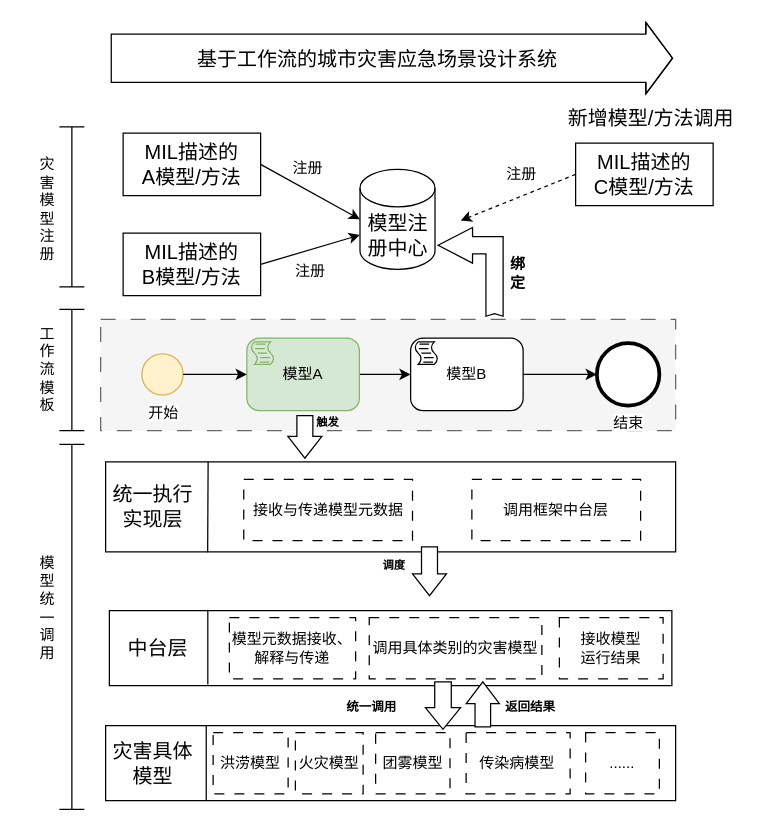
liujing-maker/IDEA keeps this draw.io diagram as page "第 6 页" (6 of 6) of 模型接口语言注册.drawio. Above is the earlier version. Source tidied: cells renumbered, new cells numbered last; positions are measured from the earlier drawing's top-left corner, leaving out a move shared by most shapes. Both pictures are drawn from the tidied source at 125%, with x=0, y=0 at pixel (21, 58).
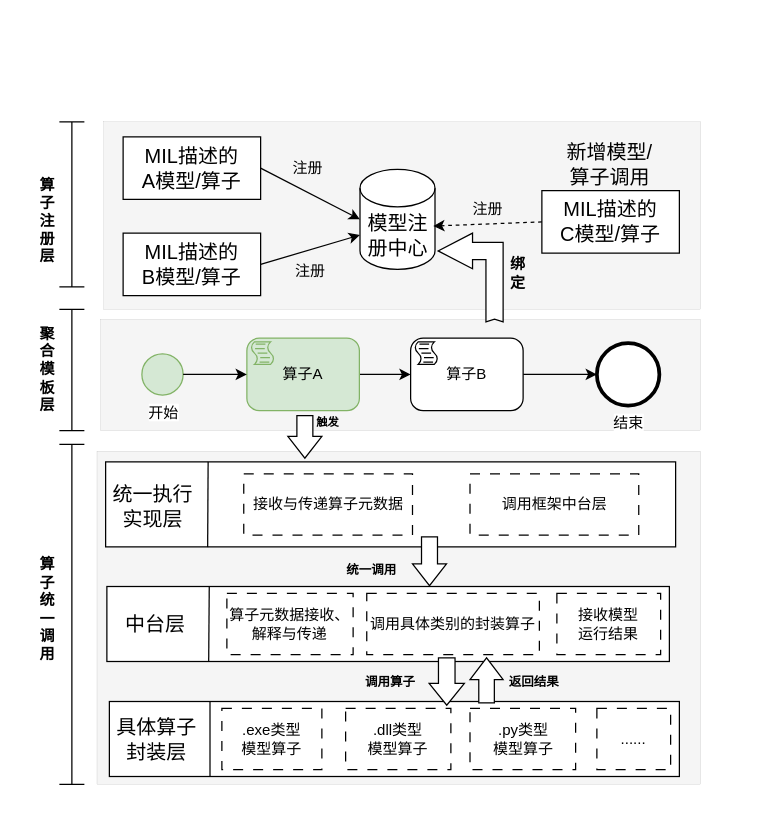
Above is the later version.

The change refers to these unchanged cells:
```xml
<mxCell id="4" value="&lt;font style=&quot;font-size: 16px;&quot;&gt;模型注册中心&lt;/font&gt;" style="shape=cylinder3;whiteSpace=wrap;html=1;boundedLbl=1;backgroundOutline=1;size=15;" parent="1" vertex="1">
  <mxGeometry x="270.5" y="89" width="60" height="80" as="geometry" />
</mxCell>
```

Diff of the diagram source:
```diff
@@
+    <mxCell id="58" style="rounded=0;whiteSpace=wrap;html=1;dashed=1;dashPattern=12 12;fillColor=#f5f5f5;fontColor=#333333;strokeColor=#666666;strokeWidth=0;" parent="1" vertex="1">
+      <mxGeometry x="65.5" y="51" width="477.5" height="150" as="geometry" />
+    </mxCell>
+    <mxCell id="59" style="rounded=0;whiteSpace=wrap;html=1;dashed=1;dashPattern=12 12;fillColor=#f5f5f5;fontColor=#333333;strokeColor=#666666;strokeWidth=0;" parent="1" vertex="1">
+      <mxGeometry x="60.1" y="314.5" width="482.9" height="266.5" as="geometry" />
+    </mxCell>
-    <mxCell id="2" style="rounded=0;whiteSpace=wrap;html=1;dashed=1;dashPattern=12 12;fillColor=#f5f5f5;fontColor=#333333;strokeColor=#666666;" parent="1" vertex="1">
-      <mxGeometry x="63" y="209" width="460" height="89" as="geometry" />
+    <mxCell id="2" style="rounded=0;whiteSpace=wrap;html=1;dashed=1;dashPattern=12 12;fillColor=#f5f5f5;fontColor=#333333;strokeColor=#666666;strokeWidth=0;" parent="1" vertex="1">
+      <mxGeometry x="63" y="209" width="480" height="89" as="geometry" />
     </mxCell>
-    <mxCell id="3" style="shape=flexArrow;endArrow=classic;html=1;rounded=0;endWidth=17.619047619047617;endSize=6.776744186046512;width=38.6046511627907;" parent="1" edge="1">
-      <mxGeometry relative="1" as="geometry">
-        <mxPoint x="71" as="sourcePoint" />
-        <mxPoint x="521" as="targetPoint" />
-        <Array as="points">
-          <mxPoint x="311" />
-        </Array>
-      </mxGeometry>
-    </mxCell>
@@
     <mxCell id="5" style="rounded=0;whiteSpace=wrap;html=1;" parent="1" vertex="1">
-      <mxGeometry x="67" y="323" width="456" height="72" as="geometry" />
+      <mxGeometry x="67" y="323" width="456" height="68" as="geometry" />
     </mxCell>
-    <mxCell id="6" value="&lt;font style=&quot;font-size: 16px;&quot;&gt;MIL描述的&lt;br&gt;A模型/方法&lt;/font&gt;" style="rounded=0;whiteSpace=wrap;html=1;" parent="1" vertex="1">
-      <mxGeometry x="81" y="60" width="110" height="50" as="geometry" />
+    <mxCell id="6" value="&lt;font style=&quot;font-size: 16px;&quot;&gt;MIL描述的&lt;br&gt;A模型/算子&lt;/font&gt;" style="rounded=0;whiteSpace=wrap;html=1;" parent="1" vertex="1">
+      <mxGeometry x="81" y="63" width="110" height="50" as="geometry" />
     </mxCell>
-    <mxCell id="7" value="&lt;font style=&quot;font-size: 16px;&quot;&gt;MIL描述的&lt;br&gt;B模型/方法&lt;/font&gt;" style="rounded=0;whiteSpace=wrap;html=1;" parent="1" vertex="1">
+    <mxCell id="7" value="&lt;font style=&quot;font-size: 16px;&quot;&gt;MIL描述的&lt;br&gt;B模型/算子&lt;/font&gt;" style="rounded=0;whiteSpace=wrap;html=1;" parent="1" vertex="1">
       <mxGeometry x="81" y="140" width="110" height="50" as="geometry" />
     </mxCell>
-    <mxCell id="8" value="&lt;font style=&quot;font-size: 16px;&quot;&gt;新增模型/方法调用&lt;/font&gt;" style="text;html=1;align=center;verticalAlign=middle;strokeColor=none;fillColor=none;" parent="1" vertex="1">
-      <mxGeometry x="423" y="33" width="160" height="30" as="geometry" />
+    <mxCell id="8" value="&lt;font style=&quot;font-size: 16px;&quot;&gt;新增模型/&lt;/font&gt;&lt;div&gt;&lt;font style=&quot;font-size: 16px;&quot;&gt;算子调用&lt;/font&gt;&lt;/div&gt;" style="text;html=1;align=center;verticalAlign=middle;strokeColor=none;fillColor=none;" parent="1" vertex="1">
+      <mxGeometry x="424.5" y="60" width="90" height="50" as="geometry" />
     </mxCell>
-    <mxCell id="9" value="&lt;font style=&quot;font-size: 16px;&quot;&gt;MIL描述的&lt;br&gt;C模型/方法&lt;/font&gt;" style="rounded=0;whiteSpace=wrap;html=1;" parent="1" vertex="1">
-      <mxGeometry x="443" y="68" width="110" height="50" as="geometry" />
+    <mxCell id="9" value="&lt;font style=&quot;font-size: 16px;&quot;&gt;MIL描述的&lt;br&gt;C模型/算子&lt;/font&gt;" style="rounded=0;whiteSpace=wrap;html=1;" parent="1" vertex="1">
+      <mxGeometry x="416" y="106" width="110" height="50" as="geometry" />
     </mxCell>
@@
-    <mxCell id="12" style="endArrow=classic;html=1;rounded=0;exitX=0;exitY=0.5;exitDx=0;exitDy=0;dashed=1;" parent="1" edge="1" source="9">
-      <mxGeometry relative="1" as="geometry">
-        <mxPoint x="351" y="130" as="targetPoint" />
-      </mxGeometry>
+    <mxCell id="12" style="endArrow=classic;html=1;rounded=0;exitX=0;exitY=0.5;exitDx=0;exitDy=0;dashed=1;entryX=0.977;entryY=0.567;entryDx=0;entryDy=0;entryPerimeter=0;" parent="1" edge="1" source="9" target="4">
+      <mxGeometry relative="1" as="geometry" />
     </mxCell>
-    <mxCell id="13" value="基于工作流的城市灾害应急场景设计系统" style="edgeLabel;html=1;align=center;verticalAlign=middle;fontSize=16;" parent="1" vertex="1">
-      <mxGeometry x="283" as="geometry" />
-    </mxCell>
     <mxCell id="14" style="rounded=0;whiteSpace=wrap;html=1;" parent="1" vertex="1">
-      <mxGeometry x="70" y="442" width="450" height="60" as="geometry" />
+      <mxGeometry x="68" y="422.7" width="450" height="60" as="geometry" />
     </mxCell>
     <mxCell id="15" style="shape=crossbar;whiteSpace=wrap;html=1;rounded=1;direction=south;" parent="1" vertex="1">
-      <mxGeometry x="30" y="55" width="20" height="128" as="geometry" />
+      <mxGeometry x="30" y="51" width="20" height="132" as="geometry" />
     </mxCell>
-    <mxCell id="16" value="&lt;div&gt;灾&lt;/div&gt;&lt;div&gt;害&lt;/div&gt;模&lt;div&gt;型&lt;/div&gt;&lt;div&gt;注&lt;/div&gt;&lt;div&gt;册&lt;/div&gt;" style="text;html=1;align=center;verticalAlign=middle;strokeColor=none;fillColor=none;" parent="1" vertex="1">
-      <mxGeometry y="71" width="40" height="100" as="geometry" />
+    <mxCell id="16" value="&lt;div&gt;&lt;b&gt;&lt;br&gt;&lt;/b&gt;&lt;/div&gt;&lt;div&gt;&lt;b&gt;算&lt;/b&gt;&lt;/div&gt;&lt;div&gt;&lt;b&gt;子&lt;/b&gt;&lt;/div&gt;&lt;div&gt;&lt;b&gt;注&lt;/b&gt;&lt;/div&gt;&lt;div&gt;&lt;b&gt;册&lt;/b&gt;&lt;/div&gt;&lt;div&gt;&lt;b&gt;层&lt;/b&gt;&lt;/div&gt;" style="text;html=1;align=center;verticalAlign=middle;strokeColor=none;fillColor=none;" parent="1" vertex="1">
+      <mxGeometry y="73" width="40" height="100" as="geometry" />
     </mxCell>
     <mxCell id="17" style="shape=crossbar;whiteSpace=wrap;html=1;rounded=1;direction=south;" parent="1" vertex="1">
-      <mxGeometry x="30" y="309" width="20" height="292" as="geometry" />
+      <mxGeometry x="30" y="309" width="20" height="272" as="geometry" />
     </mxCell>
-    <mxCell id="18" value="模&lt;div&gt;型&lt;/div&gt;&lt;div&gt;统&lt;/div&gt;&lt;div&gt;一&lt;/div&gt;&lt;div&gt;调&lt;/div&gt;&lt;div&gt;用&lt;/div&gt;" style="text;html=1;align=center;verticalAlign=middle;strokeColor=none;fillColor=none;" parent="1" vertex="1">
-      <mxGeometry x="5" y="391" width="30" height="98" as="geometry" />
+    <mxCell id="18" value="&lt;div&gt;&lt;b&gt;算&lt;/b&gt;&lt;/div&gt;&lt;div&gt;&lt;b&gt;子&lt;/b&gt;&lt;/div&gt;&lt;div&gt;&lt;b&gt;统&lt;/b&gt;&lt;/div&gt;&lt;div&gt;&lt;b&gt;一&lt;/b&gt;&lt;/div&gt;&lt;div&gt;&lt;b&gt;调&lt;/b&gt;&lt;/div&gt;&lt;div&gt;&lt;b&gt;用&lt;/b&gt;&lt;/div&gt;" style="text;html=1;align=center;verticalAlign=middle;strokeColor=none;fillColor=none;" parent="1" vertex="1">
+      <mxGeometry y="391" width="40" height="100" as="geometry" />
     </mxCell>
     <mxCell id="19" style="rounded=0;whiteSpace=wrap;html=1;" parent="1" vertex="1">
-      <mxGeometry x="67" y="534" width="456" height="60" as="geometry" />
+      <mxGeometry x="70" y="514.7" width="456" height="60" as="geometry" />
     </mxCell>
@@
     <mxCell id="22" value="注册" style="text;html=1;align=center;verticalAlign=middle;whiteSpace=wrap;rounded=0;" parent="1" vertex="1">
-      <mxGeometry x="370" y="78" width="60" height="30" as="geometry" />
+      <mxGeometry x="343.2" y="106" width="60" height="30" as="geometry" />
     </mxCell>
-    <mxCell id="23" value="开始" style="points=[[0.145,0.145,0],[0.5,0,0],[0.855,0.145,0],[1,0.5,0],[0.855,0.855,0],[0.5,1,0],[0.145,0.855,0],[0,0.5,0]];shape=mxgraph.bpmn.event;html=1;verticalLabelPosition=bottom;labelBackgroundColor=#ffffff;verticalAlign=top;align=center;perimeter=ellipsePerimeter;outlineConnect=0;outline=standard;symbol=general;fillColor=#fff2cc;strokeColor=#d6b656;" parent="1" vertex="1">
+    <mxCell id="23" value="开始" style="points=[[0.145,0.145,0],[0.5,0,0],[0.855,0.145,0],[1,0.5,0],[0.855,0.855,0],[0.5,1,0],[0.145,0.855,0],[0,0.5,0]];shape=mxgraph.bpmn.event;html=1;verticalLabelPosition=bottom;labelBackgroundColor=#ffffff;verticalAlign=top;align=center;perimeter=ellipsePerimeter;outlineConnect=0;outline=standard;symbol=general;fillColor=#d5e8d4;strokeColor=#82b366;" parent="1" vertex="1">
       <mxGeometry x="96" y="236.5" width="33" height="33" as="geometry" />
     </mxCell>
@@
-    <mxCell id="26" value="模型A" style="points=[[0.25,0,0],[0.5,0,0],[0.75,0,0],[1,0.25,0],[1,0.5,0],[1,0.75,0],[0.75,1,0],[0.5,1,0],[0.25,1,0],[0,0.75,0],[0,0.5,0],[0,0.25,0]];shape=mxgraph.bpmn.task;whiteSpace=wrap;rectStyle=rounded;size=10;html=1;taskMarker=script;fillColor=#d5e8d4;strokeColor=#82b366;" parent="1" vertex="1">
+    <mxCell id="26" value="算子A" style="points=[[0.25,0,0],[0.5,0,0],[0.75,0,0],[1,0.25,0],[1,0.5,0],[1,0.75,0],[0.75,1,0],[0.5,1,0],[0.25,1,0],[0,0.75,0],[0,0.5,0],[0,0.25,0]];shape=mxgraph.bpmn.task;whiteSpace=wrap;rectStyle=rounded;size=10;html=1;taskMarker=script;fillColor=#d5e8d4;strokeColor=#82b366;" parent="1" vertex="1">
       <mxGeometry x="180" y="224" width="90" height="58" as="geometry" />
     </mxCell>
@@
-    <mxCell id="28" value="模型B" style="points=[[0.25,0,0],[0.5,0,0],[0.75,0,0],[1,0.25,0],[1,0.5,0],[1,0.75,0],[0.75,1,0],[0.5,1,0],[0.25,1,0],[0,0.75,0],[0,0.5,0],[0,0.25,0]];shape=mxgraph.bpmn.task;whiteSpace=wrap;rectStyle=rounded;size=10;html=1;taskMarker=script;" parent="1" vertex="1">
+    <mxCell id="28" value="算子B" style="points=[[0.25,0,0],[0.5,0,0],[0.75,0,0],[1,0.25,0],[1,0.5,0],[1,0.75,0],[0.75,1,0],[0.5,1,0],[0.25,1,0],[0,0.75,0],[0,0.5,0],[0,0.25,0]];shape=mxgraph.bpmn.task;whiteSpace=wrap;rectStyle=rounded;size=10;html=1;taskMarker=script;" parent="1" vertex="1">
       <mxGeometry x="311" y="224" width="90" height="58" as="geometry" />
     </mxCell>
@@
-    <mxCell id="31" value="工&lt;div&gt;作&lt;/div&gt;&lt;div&gt;流&lt;/div&gt;&lt;div&gt;模&lt;/div&gt;&lt;div&gt;板&lt;/div&gt;" style="text;html=1;align=center;verticalAlign=middle;strokeColor=none;fillColor=none;" parent="1" vertex="1">
-      <mxGeometry x="5" y="206.5" width="30" height="84" as="geometry" />
+    <mxCell id="31" value="&lt;div&gt;&lt;b&gt;聚&lt;/b&gt;&lt;/div&gt;&lt;div&gt;&lt;b&gt;合&lt;/b&gt;&lt;/div&gt;&lt;div&gt;&lt;b&gt;模&lt;/b&gt;&lt;/div&gt;&lt;div&gt;&lt;b&gt;板&lt;/b&gt;&lt;/div&gt;&lt;div&gt;&lt;b&gt;层&lt;/b&gt;&lt;/div&gt;" style="text;html=1;align=center;verticalAlign=middle;strokeColor=none;fillColor=none;" parent="1" vertex="1">
+      <mxGeometry y="203.5" width="40" height="90" as="geometry" />
     </mxCell>
@@
     <mxCell id="35" style="html=1;shadow=0;dashed=0;align=center;verticalAlign=middle;shape=mxgraph.arrows2.bendArrow;dy=6.87;dx=27.53;notch=2.11;arrowHead=28.48;rounded=0;direction=west;flipV=1;" parent="1" vertex="1">
-      <mxGeometry x="333" y="135.5" width="52" height="71" as="geometry" />
+      <mxGeometry x="333" y="140" width="52" height="71" as="geometry" />
     </mxCell>
@@
-    <mxCell id="38" value="接收与传递模型元数据" style="rounded=0;whiteSpace=wrap;html=1;dashed=1;dashPattern=8 8;" parent="1" vertex="1">
-      <mxGeometry x="177.5" y="337" width="135" height="49" as="geometry" />
+    <mxCell id="38" value="接收与传递算子元数据" style="rounded=0;whiteSpace=wrap;html=1;dashed=1;dashPattern=8 8;" parent="1" vertex="1">
+      <mxGeometry x="177.5" y="332.5" width="135" height="49" as="geometry" />
     </mxCell>
     <mxCell id="39" value="调用框架中台层" style="rounded=0;whiteSpace=wrap;html=1;dashed=1;dashPattern=8 8;" parent="1" vertex="1">
-      <mxGeometry x="360" y="337" width="135" height="49" as="geometry" />
+      <mxGeometry x="358.5" y="332.5" width="135" height="49" as="geometry" />
     </mxCell>
     <mxCell id="40" style="html=1;shadow=0;dashed=0;align=center;verticalAlign=middle;shape=mxgraph.arrows2.arrow;dy=0.53;dx=17.41;direction=south;notch=0;" parent="1" vertex="1">
-      <mxGeometry x="312.5" y="391" width="27.2" height="39" as="geometry" />
+      <mxGeometry x="312.5" y="383" width="27.2" height="39" as="geometry" />
     </mxCell>
-    <mxCell id="41" value="&lt;div style=&quot;text-align: center;&quot;&gt;&lt;span style=&quot;background-color: initial;&quot;&gt;&lt;font size=&quot;1&quot; style=&quot;&quot; face=&quot;Times New Roman&quot;&gt;&lt;b style=&quot;font-size: 9px;&quot;&gt;调度&lt;/b&gt;&lt;/font&gt;&lt;/span&gt;&lt;/div&gt;" style="text;whiteSpace=wrap;html=1;" parent="1" vertex="1">
-      <mxGeometry x="286.9" y="391" width="27.2" height="27" as="geometry" />
-    </mxCell>
-    <mxCell id="42" style="endArrow=none;html=1;rounded=0;entryX=0.175;entryY=-0.011;entryDx=0;entryDy=0;entryPerimeter=0;exitX=0.175;exitY=0.986;exitDx=0;exitDy=0;exitPerimeter=0;" parent="1" edge="1" source="14" target="14">
+    <mxCell id="42" style="endArrow=none;html=1;rounded=0;entryX=0.182;entryY=0.004;entryDx=0;entryDy=0;entryPerimeter=0;exitX=0.181;exitY=1.003;exitDx=0;exitDy=0;exitPerimeter=0;" parent="1" edge="1" source="14" target="14">
       <mxGeometry relative="1" as="geometry" />
     </mxCell>
     <mxCell id="43" value="&lt;span style=&quot;font-size: 16px;&quot;&gt;中台层&lt;/span&gt;" style="text;html=1;align=center;verticalAlign=middle;whiteSpace=wrap;rounded=0;" parent="1" vertex="1">
-      <mxGeometry x="74" y="457" width="70" height="30" as="geometry" />
+      <mxGeometry x="72" y="437.7" width="70" height="30" as="geometry" />
     </mxCell>
-    <mxCell id="44" value="模型元数据接收、解释与传递" style="rounded=0;whiteSpace=wrap;html=1;dashed=1;dashPattern=8 8;" parent="1" vertex="1">
-      <mxGeometry x="166" y="447.5" width="101" height="49" as="geometry" />
+    <mxCell id="44" value="算子元数据接收、解释与传递" style="rounded=0;whiteSpace=wrap;html=1;dashed=1;dashPattern=8 8;" parent="1" vertex="1">
+      <mxGeometry x="164" y="428.2" width="101" height="49" as="geometry" />
     </mxCell>
-    <mxCell id="45" value="&lt;div&gt;调用具体类别的灾害模型&lt;/div&gt;" style="rounded=0;whiteSpace=wrap;html=1;dashed=1;dashPattern=8 8;" parent="1" vertex="1">
-      <mxGeometry x="277.9" y="447.5" width="138.1" height="49" as="geometry" />
+    <mxCell id="45" value="&lt;div&gt;调用具体类别的封装算子&lt;/div&gt;" style="rounded=0;whiteSpace=wrap;html=1;dashed=1;dashPattern=8 8;" parent="1" vertex="1">
+      <mxGeometry x="275.9" y="428.2" width="138.1" height="49" as="geometry" />
     </mxCell>
     <mxCell id="46" style="endArrow=none;html=1;rounded=0;entryX=0.175;entryY=-0.011;entryDx=0;entryDy=0;entryPerimeter=0;exitX=0.175;exitY=0.986;exitDx=0;exitDy=0;exitPerimeter=0;" parent="1" edge="1">
       <mxGeometry relative="1" as="geometry">
-        <mxPoint x="147.5" y="594" as="sourcePoint" />
-        <mxPoint x="147.5" y="534" as="targetPoint" />
+        <mxPoint x="150.5" y="574.7" as="sourcePoint" />
+        <mxPoint x="150.5" y="514.7" as="targetPoint" />
       </mxGeometry>
     </mxCell>
-    <mxCell id="47" value="&lt;span style=&quot;font-size: 16px;&quot;&gt;灾害具体模型&lt;/span&gt;" style="text;html=1;align=center;verticalAlign=middle;whiteSpace=wrap;rounded=0;" parent="1" vertex="1">
-      <mxGeometry x="70" y="549" width="70" height="30" as="geometry" />
+    <mxCell id="47" value="&lt;span style=&quot;font-size: 16px;&quot;&gt;具体算子&lt;/span&gt;&lt;div&gt;&lt;span style=&quot;font-size: 16px;&quot;&gt;封装层&lt;/span&gt;&lt;/div&gt;" style="text;html=1;align=center;verticalAlign=middle;whiteSpace=wrap;rounded=0;" parent="1" vertex="1">
+      <mxGeometry x="73" y="529.7" width="70" height="30" as="geometry" />
     </mxCell>
-    <mxCell id="48" value="洪涝模型" style="rounded=0;whiteSpace=wrap;html=1;dashed=1;dashPattern=8 8;" parent="1" vertex="1">
-      <mxGeometry x="153" y="539.5" width="60" height="49" as="geometry" />
+    <mxCell id="48" value=".exe类型&lt;div&gt;模型算子&lt;/div&gt;" style="rounded=0;whiteSpace=wrap;html=1;dashed=1;dashPattern=8 8;" parent="1" vertex="1">
+      <mxGeometry x="160" y="520.2" width="80" height="49" as="geometry" />
     </mxCell>
-    <mxCell id="49" value="火灾模型" style="rounded=0;whiteSpace=wrap;html=1;dashed=1;dashPattern=8 8;" parent="1" vertex="1">
-      <mxGeometry x="218.8" y="539.5" width="54.2" height="49" as="geometry" />
+    <mxCell id="49" value=".dll类型&lt;div&gt;模型算子&lt;/div&gt;" style="rounded=0;whiteSpace=wrap;html=1;dashed=1;dashPattern=8 8;" parent="1" vertex="1">
+      <mxGeometry x="259" y="520.2" width="84.2" height="49" as="geometry" />
     </mxCell>
-    <mxCell id="50" value="团雾模型" style="rounded=0;whiteSpace=wrap;html=1;dashed=1;dashPattern=8 8;" parent="1" vertex="1">
-      <mxGeometry x="283" y="539.5" width="59.5" height="49" as="geometry" />
+    <mxCell id="50" value=".py类型&lt;div&gt;模型算子&lt;/div&gt;" style="rounded=0;whiteSpace=wrap;html=1;dashed=1;dashPattern=8 8;" parent="1" vertex="1">
+      <mxGeometry x="358.5" y="520.2" width="84.5" height="49" as="geometry" />
     </mxCell>
     <mxCell id="51" value="......" style="rounded=0;whiteSpace=wrap;html=1;dashed=1;dashPattern=8 8;" parent="1" vertex="1">
-      <mxGeometry x="451" y="539.5" width="59" height="49" as="geometry" />
+      <mxGeometry x="460" y="520.2" width="59" height="49" as="geometry" />
     </mxCell>
     <mxCell id="52" style="html=1;shadow=0;dashed=0;align=center;verticalAlign=middle;shape=mxgraph.arrows2.arrow;dy=0.53;dx=17.41;direction=south;notch=0;" parent="1" vertex="1">
-      <mxGeometry x="322.8" y="499" width="28.2" height="38" as="geometry" />
+      <mxGeometry x="325.8" y="479.7" width="28.2" height="38" as="geometry" />
     </mxCell>
     <mxCell id="53" value="&lt;div style=&quot;text-align: center;&quot;&gt;&lt;font size=&quot;1&quot; face=&quot;Times New Roman&quot;&gt;&lt;b&gt;统一调用&lt;/b&gt;&lt;/font&gt;&lt;/div&gt;" style="text;whiteSpace=wrap;html=1;" parent="1" vertex="1">
-      <mxGeometry x="257.5" y="505" width="65.2" height="27" as="geometry" />
+      <mxGeometry x="257.5" y="395" width="65.2" height="27" as="geometry" />
     </mxCell>
     <mxCell id="54" style="html=1;shadow=0;dashed=0;align=center;verticalAlign=middle;shape=mxgraph.arrows2.arrow;dy=0.53;dx=17.41;direction=south;notch=0;flipV=1;" parent="1" vertex="1">
-      <mxGeometry x="355.5" y="499" width="26.5" height="36" as="geometry" />
+      <mxGeometry x="358.5" y="479.7" width="26.5" height="36" as="geometry" />
     </mxCell>
     <mxCell id="55" value="&lt;div style=&quot;text-align: center;&quot;&gt;&lt;font size=&quot;1&quot; face=&quot;Times New Roman&quot;&gt;&lt;b&gt;返回结果&lt;/b&gt;&lt;/font&gt;&lt;/div&gt;" style="text;whiteSpace=wrap;html=1;" parent="1" vertex="1">
-      <mxGeometry x="385" y="504.5" width="61" height="27" as="geometry" />
+      <mxGeometry x="388" y="485.2" width="61" height="27" as="geometry" />
     </mxCell>
     <mxCell id="56" value="接收模型&lt;div&gt;运行结果&lt;/div&gt;" style="rounded=0;whiteSpace=wrap;html=1;dashed=1;dashPattern=8 8;" parent="1" vertex="1">
-      <mxGeometry x="430" y="447.5" width="83" height="49" as="geometry" />
+      <mxGeometry x="428" y="428.2" width="83" height="49" as="geometry" />
     </mxCell>
-    <mxCell id="57" value="传染病模型" style="rounded=0;whiteSpace=wrap;html=1;dashed=1;dashPattern=8 8;" parent="1" vertex="1">
-      <mxGeometry x="355.4" y="539.5" width="83.2" height="49" as="geometry" />
-    </mxCell>
+    <mxCell id="60" value="&lt;div style=&quot;text-align: center;&quot;&gt;&lt;font size=&quot;1&quot; face=&quot;Times New Roman&quot;&gt;&lt;b&gt;调用算子&lt;/b&gt;&lt;/font&gt;&lt;/div&gt;" style="text;whiteSpace=wrap;html=1;" parent="1" vertex="1">
+      <mxGeometry x="273" y="485.2" width="61" height="27" as="geometry" />
+    </mxCell>
```
